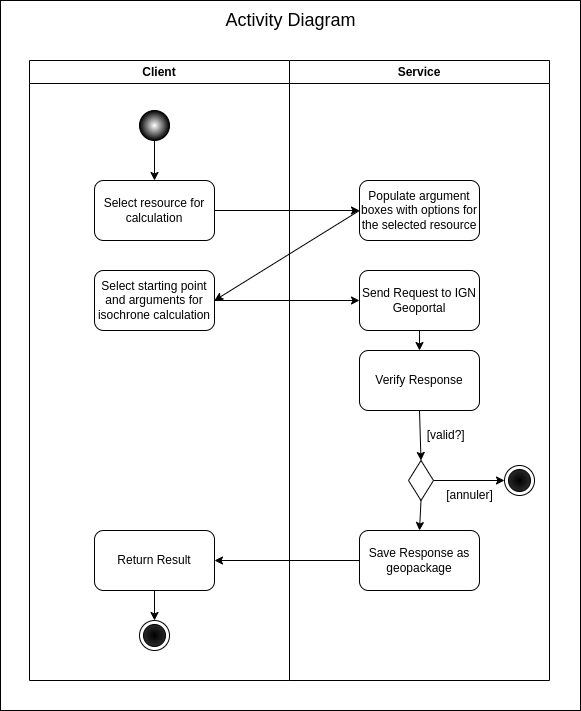
This is doc/diagrams/activity_diagram.png from yolanda225/plugin-qgis-oop, a draw.io export, as it was before one commit. Source tidied: cells renumbered, new cells last; positions are measured from the earlier drawing's top-left corner, leaving out a move shared by most shapes. Its diagram source:
```xml
<mxGraphModel background="#FFFFFF">
  <root>
    <mxCell id="0" />
    <mxCell id="1" parent="0" />
    <mxCell id="2" style="rounded=0;whiteSpace=wrap;html=1;" parent="1" vertex="1">
      <mxGeometry width="580" height="710" as="geometry" />
    </mxCell>
    <mxCell id="3" style="edgeStyle=none;html=1;exitX=0.5;exitY=1;exitDx=0;exitDy=0;entryX=0.5;entryY=0;entryDx=0;entryDy=0;" parent="1" edge="1" source="4" target="6">
      <mxGeometry relative="1" as="geometry" />
    </mxCell>
    <mxCell id="4" style="ellipse;whiteSpace=wrap;html=1;fillColor=light-dark(#FFFFFF,#FFFFFF);gradientColor=light-dark(#000000,#292929);gradientDirection=radial;strokeColor=light-dark(#000000,#FFFFFF);" parent="1" vertex="1">
      <mxGeometry x="139" y="110" width="30" height="30" as="geometry" />
    </mxCell>
    <mxCell id="5" style="edgeStyle=none;html=1;exitX=1;exitY=0.5;exitDx=0;exitDy=0;entryX=0;entryY=0.5;entryDx=0;entryDy=0;" parent="1" edge="1" source="6" target="24">
      <mxGeometry relative="1" as="geometry" />
    </mxCell>
    <mxCell id="6" value="Select resource for calculation" style="rounded=1;whiteSpace=wrap;html=1;" parent="1" vertex="1">
      <mxGeometry x="94" y="180" width="120" height="60" as="geometry" />
    </mxCell>
    <mxCell id="7" style="edgeStyle=none;html=1;exitX=0;exitY=0.5;exitDx=0;exitDy=0;entryX=1;entryY=0.5;entryDx=0;entryDy=0;" parent="1" edge="1" source="22" target="11">
      <mxGeometry relative="1" as="geometry" />
    </mxCell>
    <mxCell id="8" value="Client" style="swimlane;whiteSpace=wrap;html=1;" parent="1" vertex="1">
      <mxGeometry x="29" y="60" width="260" height="620" as="geometry" />
    </mxCell>
    <mxCell id="9" style="ellipse;html=1;shape=endState;fillColor=#000000;strokeColor=light-dark(#000000,#FFFFFF);gradientColor=light-dark(#292929,#292929);gradientDirection=radial;" parent="8" vertex="1">
      <mxGeometry x="110" y="560" width="30" height="30" as="geometry" />
    </mxCell>
    <mxCell id="10" style="edgeStyle=none;html=1;exitX=0.5;exitY=1;exitDx=0;exitDy=0;entryX=0.5;entryY=0;entryDx=0;entryDy=0;" parent="8" edge="1" source="11" target="9">
      <mxGeometry relative="1" as="geometry" />
    </mxCell>
    <mxCell id="11" value="Return Result" style="rounded=1;whiteSpace=wrap;html=1;" parent="8" vertex="1">
      <mxGeometry x="65" y="470" width="120" height="60" as="geometry" />
    </mxCell>
    <mxCell id="12" value="Service" style="swimlane;whiteSpace=wrap;html=1;" parent="1" vertex="1">
      <mxGeometry x="289" y="60" width="260" height="620" as="geometry" />
    </mxCell>
    <mxCell id="13" style="edgeStyle=none;html=1;exitX=0.5;exitY=1;exitDx=0;exitDy=0;entryX=0.5;entryY=0;entryDx=0;entryDy=0;" parent="12" edge="1" source="14" target="20">
      <mxGeometry relative="1" as="geometry" />
    </mxCell>
    <mxCell id="14" value="Send Request to IGN Geoportal" style="rounded=1;whiteSpace=wrap;html=1;" parent="12" vertex="1">
      <mxGeometry x="70" y="210" width="120" height="60" as="geometry" />
    </mxCell>
    <mxCell id="15" style="edgeStyle=none;html=1;exitX=1;exitY=0.5;exitDx=0;exitDy=0;entryX=0;entryY=0.5;entryDx=0;entryDy=0;" parent="12" edge="1" source="17">
      <mxGeometry relative="1" as="geometry">
        <mxPoint x="215" y="420" as="targetPoint" />
      </mxGeometry>
    </mxCell>
    <mxCell id="16" style="edgeStyle=none;html=1;exitX=0.5;exitY=1;exitDx=0;exitDy=0;entryX=0.5;entryY=0;entryDx=0;entryDy=0;" parent="12" edge="1" source="17" target="22">
      <mxGeometry relative="1" as="geometry" />
    </mxCell>
    <mxCell id="17" style="rhombus;whiteSpace=wrap;html=1;" parent="12" vertex="1">
      <mxGeometry x="119" y="400" width="25" height="40" as="geometry" />
    </mxCell>
    <mxCell id="18" value="&amp;nbsp;[valid?]" style="text;html=1;align=center;verticalAlign=middle;whiteSpace=wrap;rounded=0;" parent="12" vertex="1">
      <mxGeometry x="125" y="360" width="60" height="30" as="geometry" />
    </mxCell>
    <mxCell id="19" style="edgeStyle=none;html=1;exitX=0.5;exitY=1;exitDx=0;exitDy=0;entryX=0.5;entryY=0;entryDx=0;entryDy=0;" parent="12" edge="1" source="20" target="17">
      <mxGeometry relative="1" as="geometry" />
    </mxCell>
    <mxCell id="20" value="Verify Response" style="rounded=1;whiteSpace=wrap;html=1;" parent="12" vertex="1">
      <mxGeometry x="70" y="290" width="120" height="60" as="geometry" />
    </mxCell>
    <mxCell id="21" value="[annuler]" style="text;html=1;align=center;verticalAlign=middle;strokeColor=none;fillColor=none;" parent="12" vertex="1">
      <mxGeometry x="145" y="420" width="70" height="30" as="geometry" />
    </mxCell>
    <mxCell id="22" value="Save Response as geopackage" style="rounded=1;whiteSpace=wrap;html=1;" parent="12" vertex="1">
      <mxGeometry x="70" y="470" width="120" height="60" as="geometry" />
    </mxCell>
    <mxCell id="23" style="ellipse;html=1;shape=endState;fillColor=#000000;strokeColor=light-dark(#000000,#FFFFFF);gradientColor=light-dark(#292929,#292929);gradientDirection=radial;" parent="12" vertex="1">
      <mxGeometry x="215" y="405" width="30" height="30" as="geometry" />
    </mxCell>
    <mxCell id="24" value="Populate argument boxes with options for the selected resource" style="rounded=1;whiteSpace=wrap;html=1;" parent="12" vertex="1">
      <mxGeometry x="70" y="120" width="120" height="60" as="geometry" />
    </mxCell>
    <mxCell id="25" value="&lt;font style=&quot;font-size: 18px; color: light-dark(rgb(0, 0, 0), rgb(255, 255, 255));&quot;&gt;Activity Diagram&lt;/font&gt;" style="text;html=1;align=center;verticalAlign=middle;strokeColor=none;fillColor=none;" parent="1" vertex="1">
      <mxGeometry x="215" width="150" height="40" as="geometry" />
    </mxCell>
    <mxCell id="26" style="edgeStyle=none;html=1;exitX=1;exitY=0.5;exitDx=0;exitDy=0;entryX=0;entryY=0.5;entryDx=0;entryDy=0;" parent="1" edge="1" source="27" target="14">
      <mxGeometry relative="1" as="geometry" />
    </mxCell>
    <mxCell id="27" value="Select starting point and arguments for isochrone calculation" style="rounded=1;whiteSpace=wrap;html=1;" parent="1" vertex="1">
      <mxGeometry x="94" y="270" width="120" height="60" as="geometry" />
    </mxCell>
    <mxCell id="28" style="edgeStyle=none;html=1;exitX=0;exitY=0.5;exitDx=0;exitDy=0;entryX=1;entryY=0.5;entryDx=0;entryDy=0;" parent="1" edge="1" source="24" target="27">
      <mxGeometry relative="1" as="geometry" />
    </mxCell>
  </root>
</mxGraphModel>
```
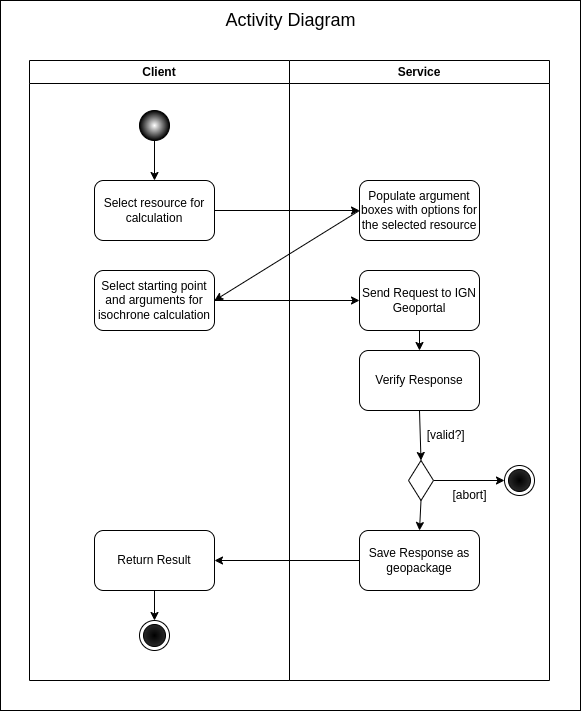
Later version of the same file.

Change to the diagram source:
```diff
@@ -61,8 +61,8 @@
     <mxCell id="20" value="Verify Response" style="rounded=1;whiteSpace=wrap;html=1;" parent="12" vertex="1">
       <mxGeometry x="70" y="290" width="120" height="60" as="geometry" />
     </mxCell>
-    <mxCell id="21" value="[annuler]" style="text;html=1;align=center;verticalAlign=middle;strokeColor=none;fillColor=none;" parent="12" vertex="1">
-      <mxGeometry x="145" y="420" width="70" height="30" as="geometry" />
+    <mxCell id="21" value="[abort]" style="text;html=1;align=center;verticalAlign=middle;strokeColor=none;fillColor=none;" parent="12" vertex="1">
+      <mxGeometry x="150" y="420" width="60" height="30" as="geometry" />
     </mxCell>
     <mxCell id="22" value="Save Response as geopackage" style="rounded=1;whiteSpace=wrap;html=1;" parent="12" vertex="1">
       <mxGeometry x="70" y="470" width="120" height="60" as="geometry" />
```
